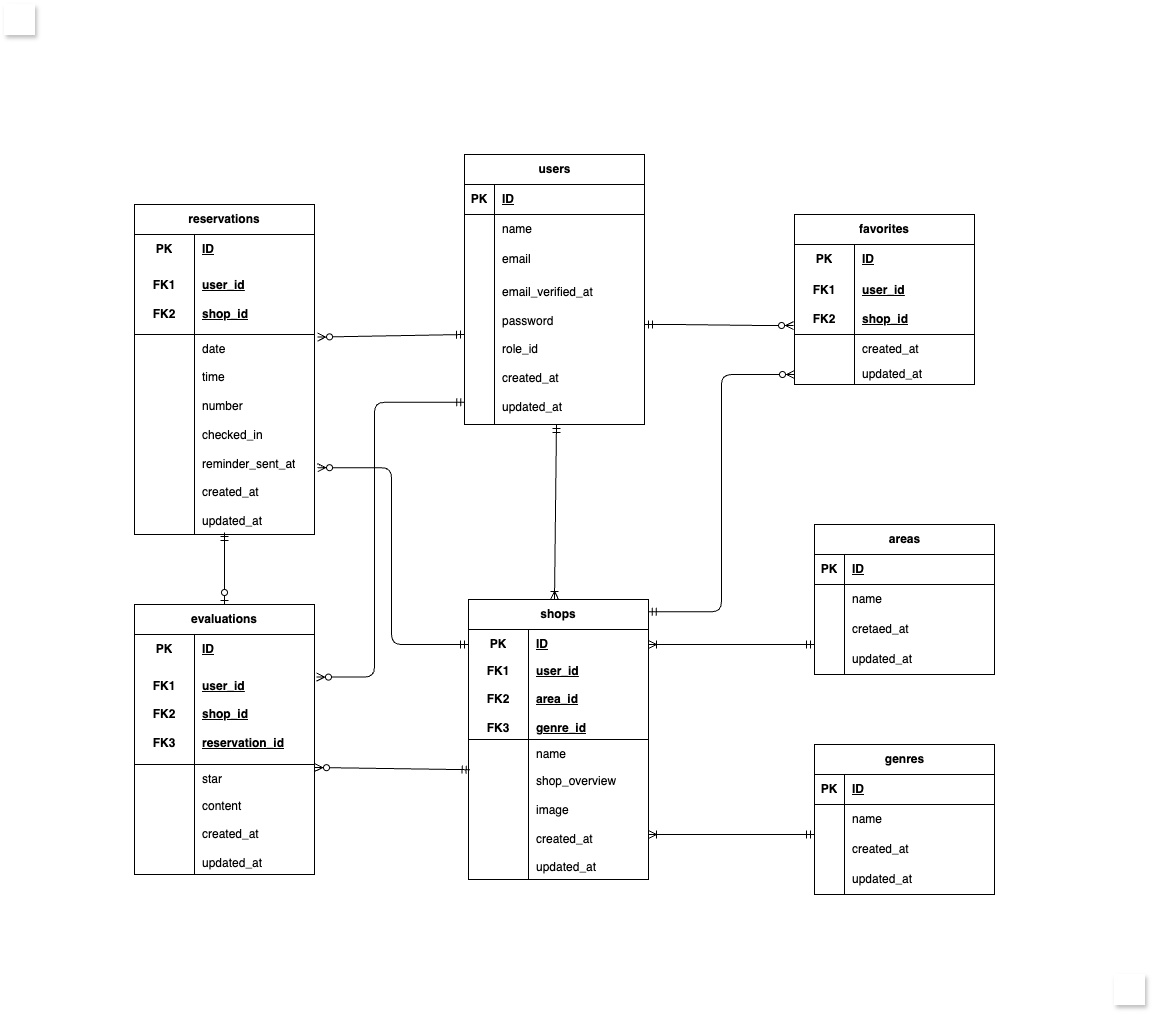
Earlier version of the draw.io export doc/er_diagram.png (shiori-nampo/coachtech-Rese). Source tidied: cells renumbered, new cells last; positions are measured from the earlier drawing's top-left corner, leaving out a move shared by most shapes.
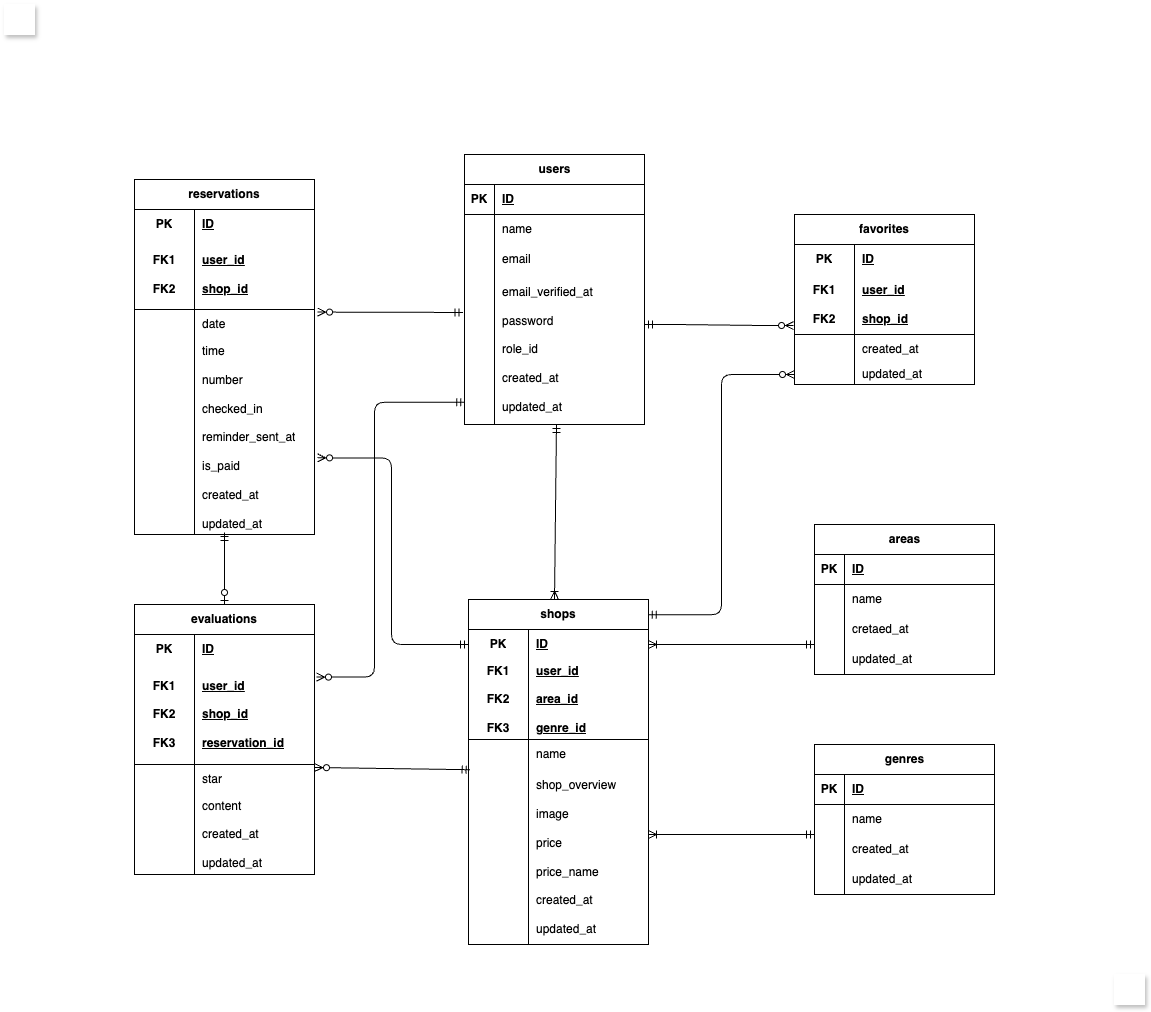
Later version of the same file.

What changed in the source:
```diff
@@ -120,7 +120,7 @@
       <mxGeometry x="30" width="150" height="30" as="geometry" />
     </mxCell>
     <mxCell id="41" value="shops" style="shape=table;startSize=30;rowLines=0;fontStyle=1;align=center;html=1;whiteSpace=wrap;" parent="1" vertex="1">
-      <mxGeometry x="464" y="595" width="180" height="280" as="geometry" />
+      <mxGeometry x="464" y="595" width="180" height="345" as="geometry" />
     </mxCell>
     <mxCell id="42" style="shape=tableRow;horizontal=0;startSize=0;swimlaneHead=0;swimlaneBody=0;fillColor=none;points=[[0,0.5],[1,0.5]];portConstraint=eastwest;top=0;left=0;right=0;bottom=0;html=1;" parent="41" vertex="1">
       <mxGeometry y="30" width="180" height="30" as="geometry" />
@@ -150,13 +150,13 @@
       <mxGeometry x="60" width="120" height="30" as="geometry" />
     </mxCell>
     <mxCell id="51" style="shape=tableRow;horizontal=0;startSize=0;swimlaneHead=0;swimlaneBody=0;fillColor=none;top=0;left=0;right=0;bottom=0;html=1;" parent="41" vertex="1">
-      <mxGeometry y="170" width="180" height="110" as="geometry" />
+      <mxGeometry y="170" width="180" height="175" as="geometry" />
     </mxCell>
     <mxCell id="52" style="shape=partialRectangle;fillColor=none;top=0;left=0;bottom=0;right=0;overflow=hidden;html=1;whiteSpace=wrap;" parent="51" vertex="1">
-      <mxGeometry width="60" height="110" as="geometry" />
+      <mxGeometry width="60" height="175" as="geometry" />
     </mxCell>
-    <mxCell id="53" value="shop_overview&lt;div&gt;&lt;br&gt;&lt;/div&gt;&lt;div&gt;image&lt;/div&gt;&lt;div&gt;&lt;br&gt;&lt;/div&gt;&lt;div&gt;created_at&lt;/div&gt;&lt;div&gt;&lt;br&gt;&lt;/div&gt;&lt;div&gt;updated_at&lt;/div&gt;" style="shape=partialRectangle;fillColor=none;top=0;left=0;bottom=0;right=0;align=left;spacingLeft=6;overflow=hidden;html=1;whiteSpace=wrap;" parent="51" vertex="1">
-      <mxGeometry x="60" width="120" height="110" as="geometry" />
+    <mxCell id="53" value="shop_overview&lt;div&gt;&lt;br&gt;&lt;/div&gt;&lt;div&gt;image&lt;/div&gt;&lt;div&gt;&lt;br&gt;&lt;/div&gt;&lt;div&gt;price&lt;/div&gt;&lt;div&gt;&lt;br&gt;&lt;/div&gt;&lt;div&gt;price_name&lt;/div&gt;&lt;div&gt;&lt;br&gt;&lt;/div&gt;&lt;div&gt;created_at&lt;/div&gt;&lt;div&gt;&lt;br&gt;&lt;/div&gt;&lt;div&gt;updated_at&lt;/div&gt;" style="shape=partialRectangle;fillColor=none;top=0;left=0;bottom=0;right=0;align=left;spacingLeft=6;overflow=hidden;html=1;whiteSpace=wrap;" parent="51" vertex="1">
+      <mxGeometry x="60" width="120" height="175" as="geometry" />
     </mxCell>
     <mxCell id="54" value="favorites" style="shape=table;startSize=30;rowLines=0;fontStyle=1;align=center;html=1;whiteSpace=wrap;" parent="1" vertex="1">
       <mxGeometry x="790" y="210" width="180" height="170" as="geometry" />
@@ -198,7 +198,7 @@
       <mxGeometry x="60" width="120" height="20" as="geometry" />
     </mxCell>
     <mxCell id="67" value="reservations" style="shape=table;startSize=30;rowLines=0;fontStyle=1;align=center;html=1;whiteSpace=wrap;" parent="1" vertex="1">
-      <mxGeometry x="130" y="200" width="180" height="330" as="geometry" />
+      <mxGeometry x="130" y="175" width="180" height="355" as="geometry" />
     </mxCell>
     <mxCell id="68" style="shape=tableRow;horizontal=0;startSize=0;swimlaneHead=0;swimlaneBody=0;fillColor=none;top=0;left=0;right=0;bottom=0;html=1;" parent="67" vertex="1">
       <mxGeometry y="30" width="180" height="30" as="geometry" />
@@ -228,13 +228,13 @@
       <mxGeometry x="60" width="120" height="30" as="geometry" />
     </mxCell>
     <mxCell id="77" style="shape=tableRow;horizontal=0;startSize=0;swimlaneHead=0;swimlaneBody=0;fillColor=none;points=[[0,0.5],[1,0.5]];portConstraint=eastwest;top=0;left=0;right=0;bottom=0;html=1;" parent="67" vertex="1">
-      <mxGeometry y="160" width="180" height="170" as="geometry" />
+      <mxGeometry y="160" width="180" height="195" as="geometry" />
     </mxCell>
     <mxCell id="78" style="shape=partialRectangle;fillColor=none;top=0;left=0;bottom=0;right=0;overflow=hidden;html=1;whiteSpace=wrap;" parent="77" vertex="1">
-      <mxGeometry width="60" height="170" as="geometry" />
+      <mxGeometry width="60" height="195" as="geometry" />
     </mxCell>
-    <mxCell id="79" value="time&lt;div&gt;&lt;br&gt;&lt;/div&gt;&lt;div&gt;number&lt;/div&gt;&lt;div&gt;&lt;br&gt;&lt;/div&gt;&lt;div&gt;checked_in&lt;/div&gt;&lt;div&gt;&lt;br&gt;&lt;/div&gt;&lt;div&gt;reminder_sent_at&lt;/div&gt;&lt;div&gt;&lt;br&gt;&lt;/div&gt;&lt;div&gt;created_at&lt;/div&gt;&lt;div&gt;&lt;br&gt;&lt;/div&gt;&lt;div&gt;updated_at&lt;/div&gt;" style="shape=partialRectangle;fillColor=none;top=0;left=0;bottom=0;right=0;align=left;spacingLeft=6;overflow=hidden;html=1;whiteSpace=wrap;" parent="77" vertex="1">
-      <mxGeometry x="60" width="120" height="170" as="geometry" />
+    <mxCell id="79" value="time&lt;div&gt;&lt;br&gt;&lt;/div&gt;&lt;div&gt;number&lt;/div&gt;&lt;div&gt;&lt;br&gt;&lt;/div&gt;&lt;div&gt;checked_in&lt;/div&gt;&lt;div&gt;&lt;br&gt;&lt;/div&gt;&lt;div&gt;reminder_sent_at&lt;/div&gt;&lt;div&gt;&lt;br&gt;&lt;/div&gt;&lt;div&gt;is_paid&lt;/div&gt;&lt;div&gt;&lt;br&gt;&lt;/div&gt;&lt;div&gt;created_at&lt;/div&gt;&lt;div&gt;&lt;br&gt;&lt;/div&gt;&lt;div&gt;updated_at&lt;/div&gt;" style="shape=partialRectangle;fillColor=none;top=0;left=0;bottom=0;right=0;align=left;spacingLeft=6;overflow=hidden;html=1;whiteSpace=wrap;" parent="77" vertex="1">
+      <mxGeometry x="60" width="120" height="195" as="geometry" />
     </mxCell>
     <mxCell id="80" value="evaluations" style="shape=table;startSize=30;rowLines=0;fontStyle=1;align=center;html=1;whiteSpace=wrap;" parent="1" vertex="1">
       <mxGeometry x="130" y="600" width="180" height="270" as="geometry" />
@@ -304,7 +304,7 @@
         </Array>
       </mxGeometry>
     </mxCell>
-    <mxCell id="97" style="fontSize=12;html=1;endArrow=ERzeroToMany;startArrow=ERmandOne;exitX=0;exitY=0.4;exitDx=0;exitDy=0;exitPerimeter=0;entryX=1.017;entryY=0.086;entryDx=0;entryDy=0;entryPerimeter=0;" parent="1" edge="1" source="12" target="74">
+    <mxCell id="97" style="fontSize=12;html=1;endArrow=ERzeroToMany;startArrow=ERmandOne;exitX=-0.008;exitY=0.253;exitDx=0;exitDy=0;exitPerimeter=0;entryX=1.017;entryY=0.086;entryDx=0;entryDy=0;entryPerimeter=0;" parent="1" edge="1" source="12" target="74">
       <mxGeometry relative="1" as="geometry" />
     </mxCell>
     <mxCell id="98" style="fontSize=12;html=1;endArrow=ERzeroToMany;startArrow=ERmandOne;exitX=0.009;exitY=1.007;exitDx=0;exitDy=0;exitPerimeter=0;entryX=1.017;entryY=0.086;entryDx=0;entryDy=0;entryPerimeter=0;" parent="1" edge="1" source="48">
```
